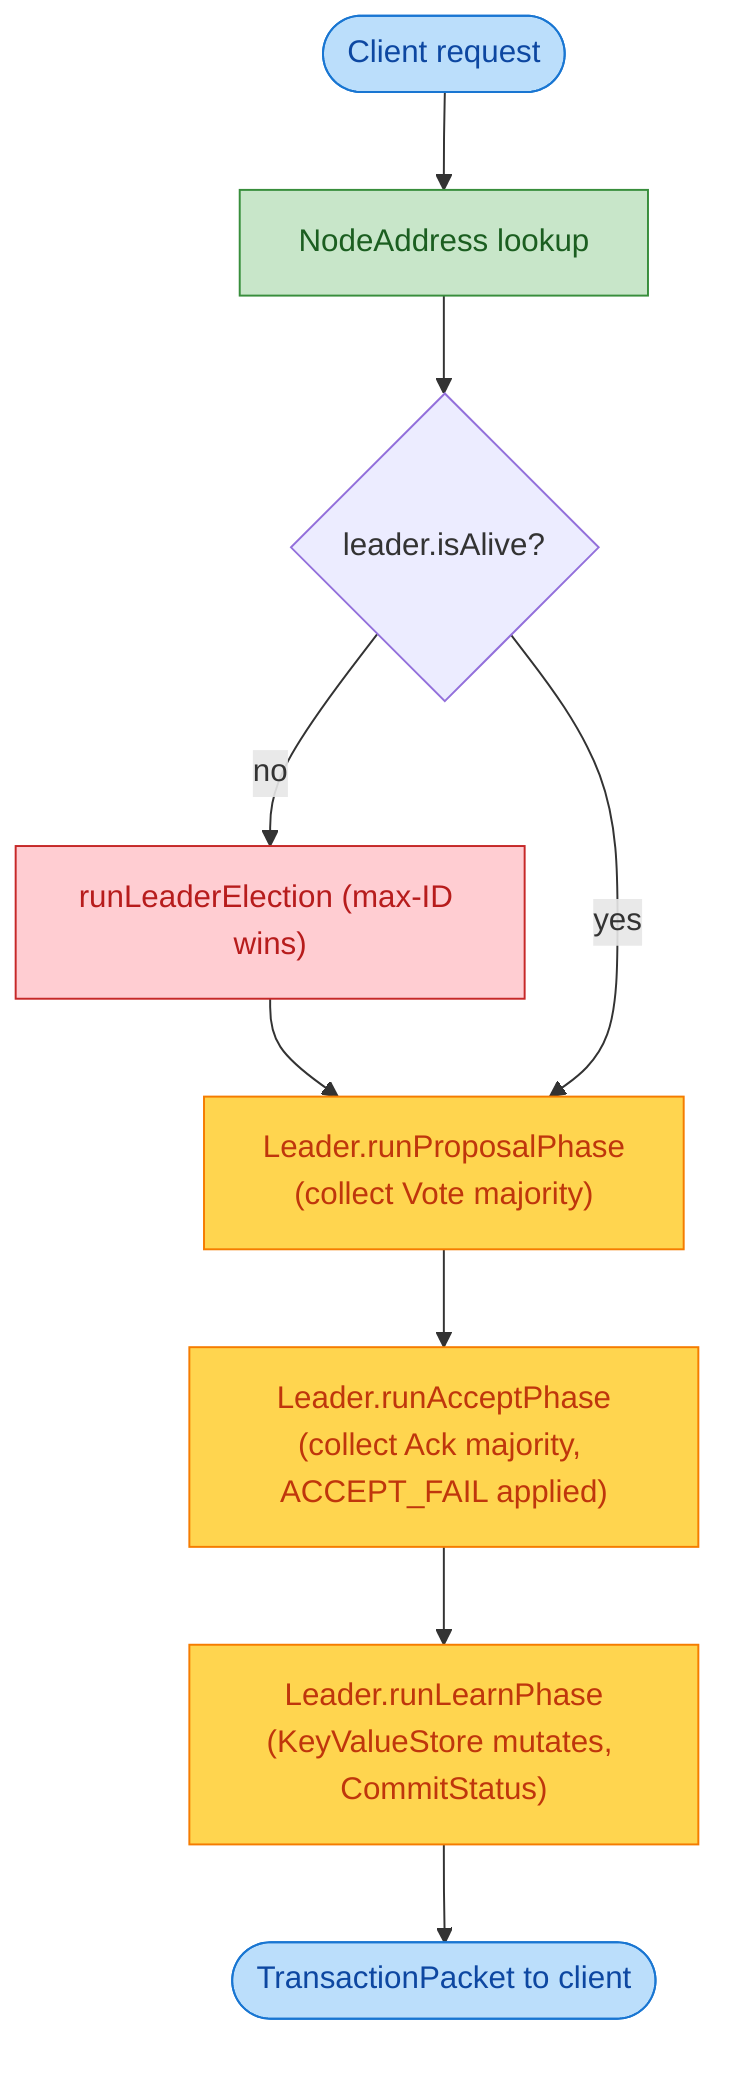
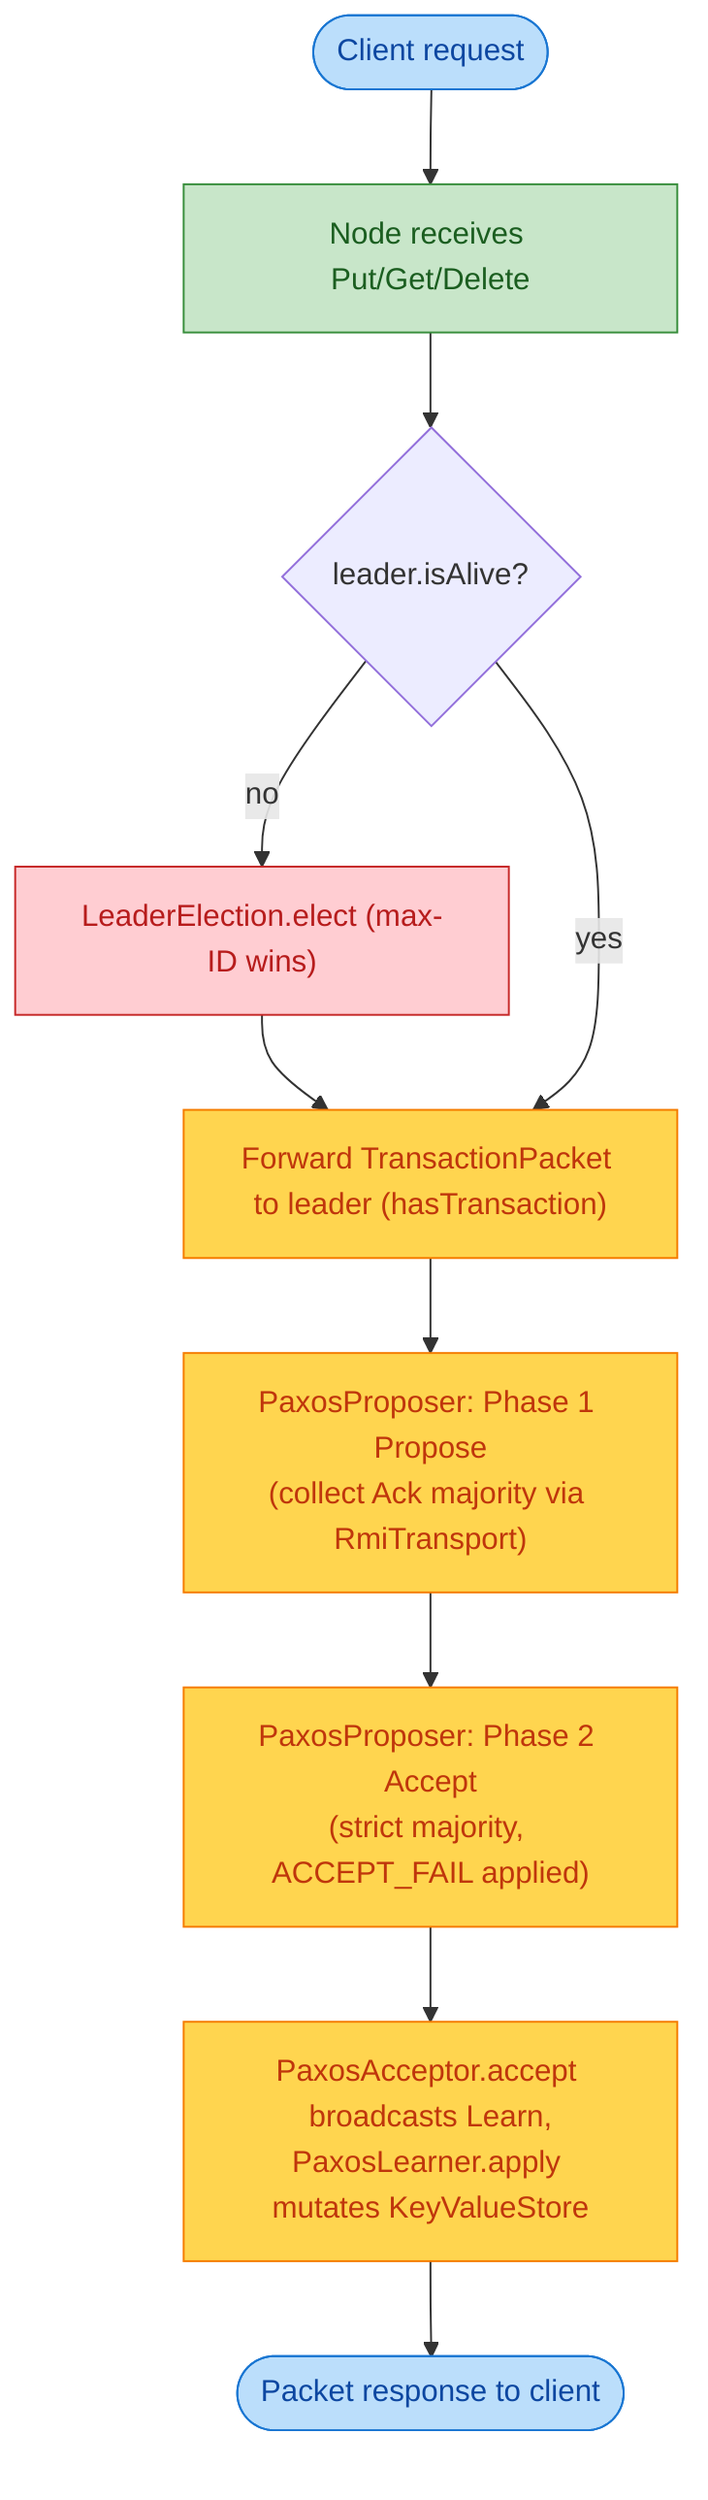
flowchart TD
-     Req([Client request]):::client --> Lookup["NodeAddress lookup"]:::acceptor
+     Req([Client request]):::client --> Lookup["Node receives Put/Get/Delete"]:::acceptor
    Lookup --> Alive{"leader.isAlive?"}
-     Alive -- no --> Elect["runLeaderElection (max-ID wins)"]:::fail
-     Elect --> Propose
-     Alive -- yes --> Propose["Leader.runProposalPhase<br/>(collect Vote majority)"]:::leader
-     Propose --> Accept["Leader.runAcceptPhase<br/>(collect Ack majority, ACCEPT_FAIL applied)"]:::leader
-     Accept --> Learn["Leader.runLearnPhase<br/>(KeyValueStore mutates, CommitStatus)"]:::leader
-     Learn --> Resp([TransactionPacket to client]):::client
+     Alive -- no --> Elect["LeaderElection.elect (max-ID wins)"]:::fail
+     Elect --> Forward
+     Alive -- yes --> Forward["Forward TransactionPacket to leader (hasTransaction)"]:::leader
+     Forward --> Propose["PaxosProposer: Phase 1 Propose<br/>(collect Ack majority via RmiTransport)"]:::leader
+     Propose --> Accept["PaxosProposer: Phase 2 Accept<br/>(strict majority, ACCEPT_FAIL applied)"]:::leader
+     Accept --> Apply["PaxosAcceptor.accept broadcasts Learn,<br/>PaxosLearner.apply mutates KeyValueStore"]:::leader
+     Apply --> Resp([Packet response to client]):::client
    classDef client fill:#bbdefb,stroke:#1976d2,color:#0d47a1
    classDef leader fill:#ffd54f,stroke:#f57c00,color:#bf360c
    classDef acceptor fill:#c8e6c9,stroke:#388e3c,color:#1b5e20
-     classDef fail fill:#ffcdd2,stroke:#c62828,color:#b71c1c+     classDef fail fill:#ffcdd2,stroke:#c62828,color:#b71c1c
